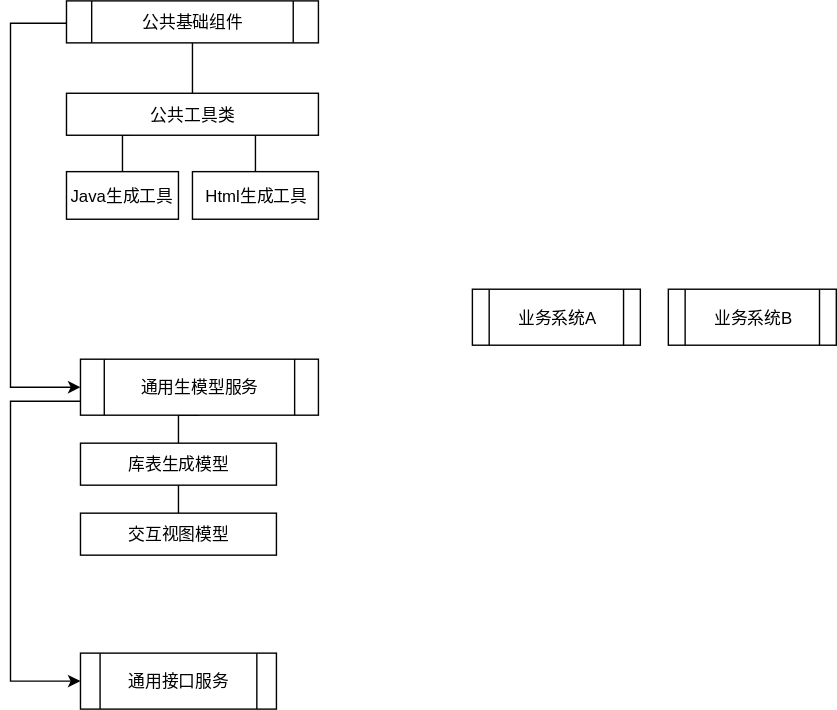
Above: 名称未設定ファイル.svg in dennisit/uml (draw.io), before the change. Source tidied: cells renumbered, new cells last; positions are measured from the earlier drawing's top-left corner, leaving out a move shared by most shapes.
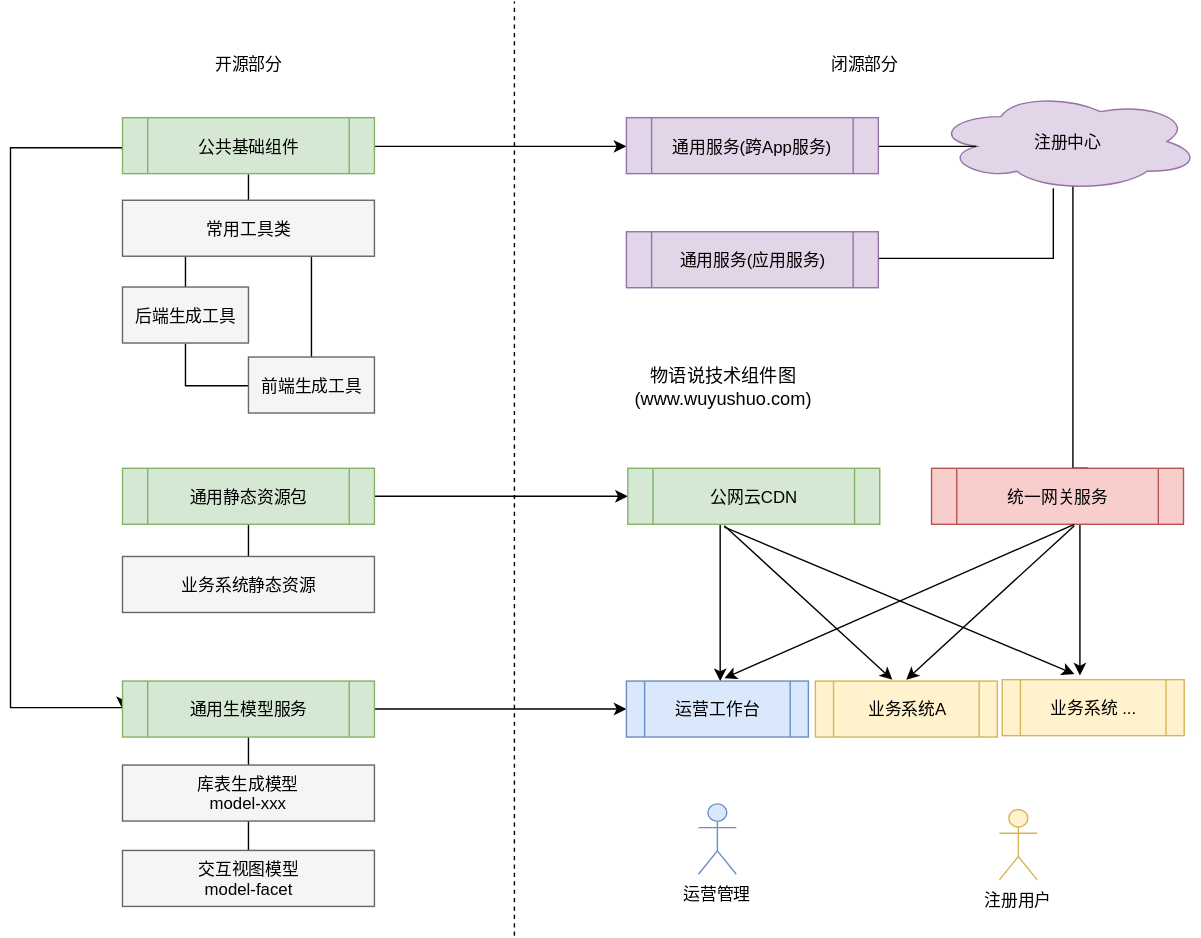
After the commit.

Commit message:
更新名称未設定ファイル.svg

Change to the diagram source:
```diff
@@ -2,42 +2,59 @@
   <root>
     <mxCell id="0" />
     <mxCell id="1" parent="0" />
+    <mxCell id="20" style="edgeStyle=orthogonalEdgeStyle;rounded=0;html=1;exitX=0.55;exitY=0.95;exitPerimeter=0;entryX=0.622;entryY=0;entryPerimeter=0;endArrow=none;endFill=0;jettySize=auto;" parent="1" edge="1" source="21" target="41">
+      <mxGeometry relative="1" as="geometry">
+        <Array as="points">
+          <mxPoint x="619" y="305" />
+        </Array>
+      </mxGeometry>
+    </mxCell>
+    <mxCell id="21" value="&lt;span&gt;注册中心&lt;/span&gt;" style="ellipse;shape=cloud;whiteSpace=wrap;html=1;fillColor=#e1d5e7;strokeColor=#9673a6;" parent="1" vertex="1">
+      <mxGeometry x="520" y="36" width="190" height="71" as="geometry" />
+    </mxCell>
     <mxCell id="2" style="edgeStyle=orthogonalEdgeStyle;rounded=0;html=1;exitX=0.5;exitY=1;entryX=0.5;entryY=0;jettySize=auto;endArrow=none;endFill=0;" parent="1" edge="1" source="4" target="13">
       <mxGeometry relative="1" as="geometry" />
     </mxCell>
-    <mxCell id="3" style="edgeStyle=orthogonalEdgeStyle;rounded=0;html=1;exitX=0;exitY=0.5;entryX=0;entryY=0.5;endArrow=classic;endFill=1;jettySize=auto;" parent="1" edge="1" source="4" target="7">
-      <mxGeometry relative="1" as="geometry">
-        <Array as="points">
-          <mxPoint y="16" />
-          <mxPoint y="276" />
-        </Array>
-      </mxGeometry>
-    </mxCell>
+    <mxCell id="22" style="edgeStyle=orthogonalEdgeStyle;rounded=0;html=1;exitX=0;exitY=0.5;entryX=0;entryY=0.5;endArrow=classic;endFill=1;jettySize=auto;" parent="1" edge="1" target="7">
+      <mxGeometry relative="1" as="geometry">
+        <mxPoint x="-60" y="78" as="sourcePoint" />
+        <Array as="points">
+          <mxPoint x="-60" y="76" />
+          <mxPoint x="-140" y="76" />
+          <mxPoint x="-140" y="476" />
+          <mxPoint x="-60" y="476" />
+        </Array>
+      </mxGeometry>
+    </mxCell>
+    <mxCell id="23" style="edgeStyle=orthogonalEdgeStyle;rounded=0;html=1;exitX=1;exitY=0.5;entryX=0;entryY=0.5;endArrow=classic;endFill=1;jettySize=auto;" parent="1" edge="1" source="4" target="34">
+      <mxGeometry relative="1" as="geometry" />
+    </mxCell>
-    <mxCell id="4" value="公共基础组件" style="shape=process;whiteSpace=wrap;html=1;backgroundOutline=1;" parent="1" vertex="1">
-      <mxGeometry x="40" width="180" height="30" as="geometry" />
+    <mxCell id="4" value="公共基础组件" style="shape=process;whiteSpace=wrap;html=1;backgroundOutline=1;fillColor=#d5e8d4;strokeColor=#82b366;" parent="1" vertex="1">
+      <mxGeometry x="-60" y="54.5" width="180" height="40" as="geometry" />
     </mxCell>
     <mxCell id="5" style="edgeStyle=orthogonalEdgeStyle;rounded=0;html=1;exitX=0.5;exitY=1;entryX=0.5;entryY=0;endArrow=none;endFill=0;jettySize=auto;" parent="1" edge="1" source="7" target="18">
       <mxGeometry relative="1" as="geometry" />
     </mxCell>
-    <mxCell id="6" style="edgeStyle=orthogonalEdgeStyle;rounded=0;html=1;exitX=0;exitY=0.75;entryX=0;entryY=0.5;endArrow=classic;endFill=1;jettySize=auto;" parent="1" edge="1" source="7" target="8">
-      <mxGeometry relative="1" as="geometry">
-        <Array as="points">
-          <mxPoint y="286" />
-          <mxPoint y="486" />
-        </Array>
-      </mxGeometry>
-    </mxCell>
+    <mxCell id="24" style="edgeStyle=orthogonalEdgeStyle;rounded=0;html=1;exitX=1;exitY=0.5;endArrow=classic;endFill=1;jettySize=auto;entryX=0;entryY=0.5;" parent="1" edge="1" source="7" target="9">
+      <mxGeometry relative="1" as="geometry" />
+    </mxCell>
-    <mxCell id="7" value="通用生模型服务" style="shape=process;whiteSpace=wrap;html=1;backgroundOutline=1;" parent="1" vertex="1">
-      <mxGeometry x="50" y="256" width="170" height="40" as="geometry" />
+    <mxCell id="7" value="通用生模型服务" style="shape=process;whiteSpace=wrap;html=1;backgroundOutline=1;fillColor=#d5e8d4;strokeColor=#82b366;" parent="1" vertex="1">
+      <mxGeometry x="-60" y="457" width="180" height="40" as="geometry" />
     </mxCell>
+    <mxCell id="25" style="edgeStyle=orthogonalEdgeStyle;rounded=0;html=1;exitX=0.5;exitY=1;entryX=0.5;entryY=0;endArrow=none;endFill=0;jettySize=auto;" parent="1" edge="1" source="8" target="28">
+      <mxGeometry relative="1" as="geometry" />
+    </mxCell>
+    <mxCell id="26" style="edgeStyle=orthogonalEdgeStyle;rounded=0;html=1;exitX=1;exitY=0.5;entryX=0;entryY=0.5;endArrow=classic;endFill=1;jettySize=auto;" parent="1" edge="1" source="8" target="39">
+      <mxGeometry relative="1" as="geometry" />
+    </mxCell>
-    <mxCell id="8" value="通用接口服务" style="shape=process;whiteSpace=wrap;html=1;backgroundOutline=1;" parent="1" vertex="1">
-      <mxGeometry x="50" y="466" width="140" height="40" as="geometry" />
+    <mxCell id="8" value="通用静态资源包&lt;br&gt;" style="shape=process;whiteSpace=wrap;html=1;backgroundOutline=1;fillColor=#d5e8d4;strokeColor=#82b366;" parent="1" vertex="1">
+      <mxGeometry x="-60" y="305" width="180" height="40" as="geometry" />
     </mxCell>
-    <mxCell id="9" value="业务系统A" style="shape=process;whiteSpace=wrap;html=1;backgroundOutline=1;" parent="1" vertex="1">
-      <mxGeometry x="330" y="206" width="120" height="40" as="geometry" />
+    <mxCell id="9" value="运营工作台" style="shape=process;whiteSpace=wrap;html=1;backgroundOutline=1;fillColor=#dae8fc;strokeColor=#6c8ebf;" parent="1" vertex="1">
+      <mxGeometry x="300" y="457" width="130" height="40" as="geometry" />
     </mxCell>
-    <mxCell id="10" value="业务系统B" style="shape=process;whiteSpace=wrap;html=1;backgroundOutline=1;" parent="1" vertex="1">
-      <mxGeometry x="470" y="206" width="120" height="40" as="geometry" />
+    <mxCell id="10" value="业务系统A" style="shape=process;whiteSpace=wrap;html=1;backgroundOutline=1;fillColor=#fff2cc;strokeColor=#d6b656;" parent="1" vertex="1">
+      <mxGeometry x="435" y="457" width="130" height="40" as="geometry" />
     </mxCell>
     <mxCell id="11" style="edgeStyle=orthogonalEdgeStyle;rounded=0;html=1;exitX=0.25;exitY=1;endArrow=none;endFill=0;jettySize=auto;entryX=0.5;entryY=0;" parent="1" edge="1" source="13" target="15">
       <mxGeometry relative="1" as="geometry" />
@@ -45,26 +62,126 @@
     <mxCell id="12" style="edgeStyle=orthogonalEdgeStyle;rounded=0;html=1;exitX=0.75;exitY=1;entryX=0.5;entryY=0;endArrow=none;endFill=0;jettySize=auto;" parent="1" edge="1" source="13" target="16">
       <mxGeometry relative="1" as="geometry" />
     </mxCell>
-    <mxCell id="13" value="公共工具类" style="rounded=0;whiteSpace=wrap;html=1;" parent="1" vertex="1">
-      <mxGeometry x="40" y="66" width="180" height="30" as="geometry" />
+    <mxCell id="13" value="常用工具类&lt;br&gt;" style="rounded=0;whiteSpace=wrap;html=1;fillColor=#f5f5f5;strokeColor=#666666;" parent="1" vertex="1">
+      <mxGeometry x="-60" y="113.5" width="180" height="40" as="geometry" />
     </mxCell>
     <mxCell id="14" style="edgeStyle=orthogonalEdgeStyle;rounded=0;html=1;exitX=0.5;exitY=1;entryX=0.5;entryY=0;jettySize=auto;strokeColor=none;" parent="1" edge="1" source="15" target="16">
       <mxGeometry relative="1" as="geometry" />
     </mxCell>
+    <mxCell id="27" style="edgeStyle=orthogonalEdgeStyle;rounded=0;html=1;exitX=0.5;exitY=1;entryX=0;entryY=0.5;endArrow=none;endFill=0;jettySize=auto;" parent="1" edge="1" source="15" target="16">
+      <mxGeometry relative="1" as="geometry" />
+    </mxCell>
-    <mxCell id="15" value="Java生成工具" style="rounded=0;whiteSpace=wrap;html=1;" parent="1" vertex="1">
-      <mxGeometry x="40" y="122" width="80" height="34" as="geometry" />
+    <mxCell id="15" value="后端生成工具&lt;br&gt;" style="rounded=0;whiteSpace=wrap;html=1;fillColor=#f5f5f5;strokeColor=#666666;" parent="1" vertex="1">
+      <mxGeometry x="-60" y="175.5" width="90" height="40" as="geometry" />
     </mxCell>
-    <mxCell id="16" value="Html生成工具" style="rounded=0;whiteSpace=wrap;html=1;" parent="1" vertex="1">
-      <mxGeometry x="130" y="122" width="90" height="34" as="geometry" />
+    <mxCell id="16" value="前端生成工具&lt;br&gt;" style="rounded=0;whiteSpace=wrap;html=1;fillColor=#f5f5f5;strokeColor=#666666;" parent="1" vertex="1">
+      <mxGeometry x="30" y="225.5" width="90" height="40" as="geometry" />
     </mxCell>
     <mxCell id="17" style="edgeStyle=orthogonalEdgeStyle;rounded=0;html=1;exitX=0.5;exitY=1;entryX=0.5;entryY=0;endArrow=none;endFill=0;jettySize=auto;" parent="1" edge="1" source="18" target="19">
       <mxGeometry relative="1" as="geometry" />
     </mxCell>
-    <mxCell id="18" value="库表生成模型" style="rounded=0;whiteSpace=wrap;html=1;" parent="1" vertex="1">
-      <mxGeometry x="50" y="316" width="140" height="30" as="geometry" />
+    <mxCell id="18" value="库表生成模型 &lt;br&gt;model-xxx" style="rounded=0;whiteSpace=wrap;html=1;fillColor=#f5f5f5;strokeColor=#666666;" parent="1" vertex="1">
+      <mxGeometry x="-60" y="517" width="180" height="40" as="geometry" />
     </mxCell>
-    <mxCell id="19" value="交互视图模型" style="rounded=0;whiteSpace=wrap;html=1;" parent="1" vertex="1">
-      <mxGeometry x="50" y="366" width="140" height="30" as="geometry" />
+    <mxCell id="19" value="交互视图模型&lt;br&gt;model-facet&lt;br&gt;" style="rounded=0;whiteSpace=wrap;html=1;fillColor=#f5f5f5;strokeColor=#666666;" parent="1" vertex="1">
+      <mxGeometry x="-60" y="578" width="180" height="40" as="geometry" />
     </mxCell>
+    <mxCell id="28" value="业务系统静态资源&lt;br&gt;" style="rounded=0;whiteSpace=wrap;html=1;fillColor=#f5f5f5;strokeColor=#666666;" parent="1" vertex="1">
+      <mxGeometry x="-60" y="368" width="180" height="40" as="geometry" />
+    </mxCell>
+    <mxCell id="29" style="endArrow=none;dashed=1;html=1;" parent="1" edge="1">
+      <mxGeometry relative="1" as="geometry">
+        <mxPoint x="220" y="639" as="sourcePoint" />
+        <mxPoint x="220" y="-28.5" as="targetPoint" />
+      </mxGeometry>
+    </mxCell>
+    <mxCell id="30" value="业务系统 ..." style="shape=process;whiteSpace=wrap;html=1;backgroundOutline=1;fillColor=#fff2cc;strokeColor=#d6b656;" parent="1" vertex="1">
+      <mxGeometry x="568.5" y="456" width="130" height="40" as="geometry" />
+    </mxCell>
+    <mxCell id="31" value="开源部分" style="text;html=1;strokeColor=none;fillColor=none;align=center;verticalAlign=middle;whiteSpace=wrap;rounded=0;" parent="1" vertex="1">
+      <mxGeometry y="6" width="60" height="20" as="geometry" />
+    </mxCell>
+    <mxCell id="32" value="闭源部分" style="text;html=1;strokeColor=none;fillColor=none;align=center;verticalAlign=middle;whiteSpace=wrap;rounded=0;" parent="1" vertex="1">
+      <mxGeometry x="440" y="6" width="60" height="20" as="geometry" />
+    </mxCell>
+    <mxCell id="33" style="edgeStyle=orthogonalEdgeStyle;rounded=0;html=1;exitX=1;exitY=0.5;entryX=0.16;entryY=0.55;endArrow=none;endFill=0;jettySize=auto;entryPerimeter=0;" parent="1" edge="1" source="34" target="21">
+      <mxGeometry relative="1" as="geometry" />
+    </mxCell>
+    <mxCell id="34" value="通用服务(跨App服务)" style="shape=process;whiteSpace=wrap;html=1;backgroundOutline=1;fillColor=#e1d5e7;strokeColor=#9673a6;" parent="1" vertex="1">
+      <mxGeometry x="300" y="54.5" width="180" height="40" as="geometry" />
+    </mxCell>
+    <mxCell id="35" style="edgeStyle=orthogonalEdgeStyle;rounded=0;html=1;exitX=1;exitY=0.5;endArrow=none;endFill=0;jettySize=auto;orthogonalLoop=1;" parent="1" edge="1">
+      <mxGeometry relative="1" as="geometry">
+        <mxPoint x="460" y="155" as="sourcePoint" />
+        <mxPoint x="605" y="105" as="targetPoint" />
+        <Array as="points">
+          <mxPoint x="605" y="155" />
+        </Array>
+      </mxGeometry>
+    </mxCell>
+    <mxCell id="36" value="通用服务(应用服务)" style="shape=process;whiteSpace=wrap;html=1;backgroundOutline=1;fillColor=#e1d5e7;strokeColor=#9673a6;" parent="1" vertex="1">
+      <mxGeometry x="300" y="136" width="180" height="40" as="geometry" />
+    </mxCell>
+    <mxCell id="37" value="注册用户" style="shape=umlActor;verticalLabelPosition=bottom;labelBackgroundColor=#ffffff;verticalAlign=top;html=1;outlineConnect=0;fillColor=#fff2cc;strokeColor=#d6b656;" parent="1" vertex="1">
+      <mxGeometry x="566.5" y="549" width="27" height="50" as="geometry" />
+    </mxCell>
+    <mxCell id="38" style="edgeStyle=orthogonalEdgeStyle;rounded=0;html=1;exitX=0.328;exitY=1;endArrow=classic;endFill=1;jettySize=auto;orthogonalLoop=1;exitPerimeter=0;" parent="1" edge="1">
+      <mxGeometry relative="1" as="geometry">
+        <mxPoint x="365" y="345" as="sourcePoint" />
+        <mxPoint x="367" y="457" as="targetPoint" />
+        <Array as="points">
+          <mxPoint x="367" y="345" />
+          <mxPoint x="367" y="457" />
+        </Array>
+      </mxGeometry>
+    </mxCell>
+    <mxCell id="39" value="公网云CDN&lt;br&gt;" style="shape=process;whiteSpace=wrap;html=1;backgroundOutline=1;fillColor=#d5e8d4;strokeColor=#82b366;" parent="1" vertex="1">
+      <mxGeometry x="301" y="305" width="180" height="40" as="geometry" />
+    </mxCell>
+    <mxCell id="40" style="edgeStyle=orthogonalEdgeStyle;rounded=0;html=1;exitX=0.75;exitY=1;endArrow=classic;endFill=1;jettySize=auto;orthogonalLoop=1;" parent="1" edge="1">
+      <mxGeometry relative="1" as="geometry">
+        <mxPoint x="637" y="345" as="sourcePoint" />
+        <mxPoint x="624" y="453" as="targetPoint" />
+        <Array as="points">
+          <mxPoint x="624" y="345" />
+          <mxPoint x="624" y="453" />
+        </Array>
+      </mxGeometry>
+    </mxCell>
+    <mxCell id="41" value="统一网关服务" style="shape=process;whiteSpace=wrap;html=1;backgroundOutline=1;fillColor=#f8cecc;strokeColor=#b85450;" parent="1" vertex="1">
+      <mxGeometry x="518" y="305" width="180" height="40" as="geometry" />
+    </mxCell>
+    <mxCell id="42" value="运营管理" style="shape=umlActor;verticalLabelPosition=bottom;labelBackgroundColor=#ffffff;verticalAlign=top;html=1;fillColor=#dae8fc;strokeColor=#6c8ebf;" parent="1" vertex="1">
+      <mxGeometry x="351.5" y="545" width="27" height="50" as="geometry" />
+    </mxCell>
+    <mxCell id="43" style="edgeStyle=orthogonalEdgeStyle;rounded=0;html=1;exitX=0.5;exitY=0;exitPerimeter=0;entryX=0.5;entryY=0;entryPerimeter=0;endArrow=classic;endFill=1;jettySize=auto;orthogonalLoop=1;" parent="1" edge="1" source="37" target="37">
+      <mxGeometry relative="1" as="geometry" />
+    </mxCell>
+    <mxCell id="44" style="endArrow=classic;html=1;" parent="1" edge="1">
+      <mxGeometry relative="1" as="geometry">
+        <mxPoint x="620" y="346" as="sourcePoint" />
+        <mxPoint x="500" y="456" as="targetPoint" />
+      </mxGeometry>
+    </mxCell>
+    <mxCell id="45" style="endArrow=classic;html=1;" parent="1" edge="1">
+      <mxGeometry relative="1" as="geometry">
+        <mxPoint x="620" y="345" as="sourcePoint" />
+        <mxPoint x="370" y="455" as="targetPoint" />
+      </mxGeometry>
+    </mxCell>
+    <mxCell id="46" style="endArrow=classic;html=1;" parent="1" edge="1">
+      <mxGeometry relative="1" as="geometry">
+        <mxPoint x="370" y="346" as="sourcePoint" />
+        <mxPoint x="490" y="456" as="targetPoint" />
+      </mxGeometry>
+    </mxCell>
+    <mxCell id="47" style="endArrow=classic;html=1;entryX=0.396;entryY=-0.1;entryPerimeter=0;" parent="1" edge="1" target="30">
+      <mxGeometry relative="1" as="geometry">
+        <mxPoint x="370" y="347" as="sourcePoint" />
+      </mxGeometry>
+    </mxCell>
+    <mxCell id="48" value="&lt;font style=&quot;font-size: 13px&quot;&gt;物语说技术组件图&lt;br&gt;(www.wuyushuo.com)&lt;/font&gt;&lt;b&gt;&lt;br&gt;&lt;/b&gt;" style="text;html=1;strokeColor=none;fillColor=none;align=center;verticalAlign=middle;whiteSpace=wrap;rounded=0;" parent="1" vertex="1">
+      <mxGeometry x="300" y="235.5" width="139" height="20" as="geometry" />
+    </mxCell>
   </root>
 </mxGraphModel>
```
